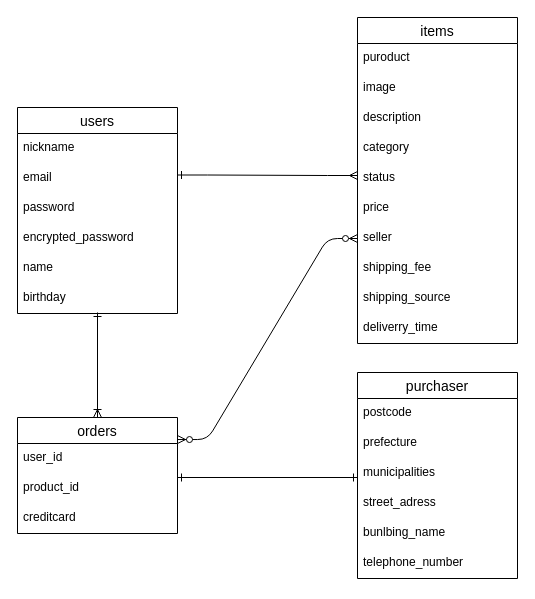
Above: furima.dio in Date-Koki/furima-45136 (draw.io), before the change. Source tidied: cells renumbered, new cells numbered last; positions are measured from the earlier drawing's top-left corner, leaving out a move shared by most shapes. Both pictures are drawn from the tidied source at 100%, with x=0, y=0 at pixel (17, 17).
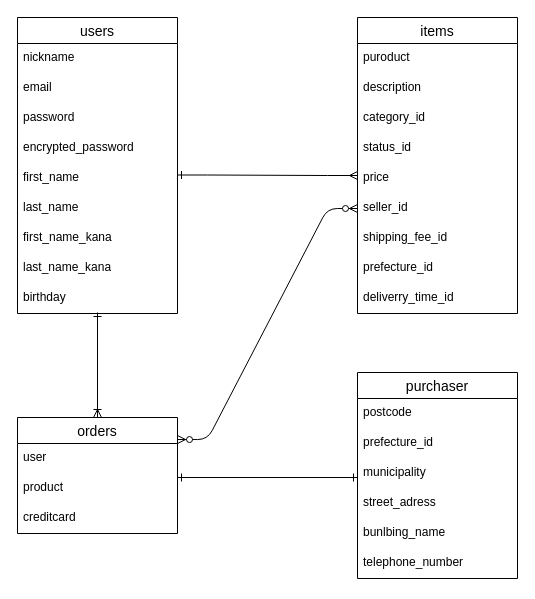
After the change.

Unchanged cells that the change refers to:
```xml
<mxCell id="13" value="orders" style="swimlane;fontStyle=0;horizontal=1;startSize=26;align=center;fontSize=14;" parent="1" vertex="1">
  <mxGeometry y="400" width="160" height="116" as="geometry" />
</mxCell>
<mxCell id="17" value="purchaser" style="swimlane;fontStyle=0;horizontal=1;startSize=26;align=center;fontSize=14;" parent="1" vertex="1">
  <mxGeometry x="340" y="355" width="160" height="206" as="geometry" />
</mxCell>
```

Diff of the diagram source:
```diff
@@
     <mxCell id="2" value="items" style="swimlane;fontStyle=0;horizontal=1;startSize=26;align=center;fontSize=14;" parent="1" vertex="1">
-      <mxGeometry x="340" width="160" height="326" as="geometry" />
+      <mxGeometry x="340" width="160" height="296" as="geometry" />
     </mxCell>
@@
-    <mxCell id="4" value="image" style="text;strokeColor=none;fillColor=none;spacingLeft=4;spacingRight=4;overflow=hidden;fontSize=12;whiteSpace=wrap;html=1;" parent="2" vertex="1">
-      <mxGeometry y="56" width="160" height="30" as="geometry" />
-    </mxCell>
     <mxCell id="5" value="description" style="text;strokeColor=none;fillColor=none;spacingLeft=4;spacingRight=4;overflow=hidden;fontSize=12;whiteSpace=wrap;html=1;" parent="2" vertex="1">
-      <mxGeometry y="86" width="160" height="30" as="geometry" />
+      <mxGeometry y="56" width="160" height="30" as="geometry" />
     </mxCell>
-    <mxCell id="6" value="category" style="text;strokeColor=none;fillColor=none;spacingLeft=4;spacingRight=4;overflow=hidden;fontSize=12;whiteSpace=wrap;html=1;" parent="2" vertex="1">
-      <mxGeometry y="116" width="160" height="30" as="geometry" />
+    <mxCell id="6" value="category_id" style="text;strokeColor=none;fillColor=none;spacingLeft=4;spacingRight=4;overflow=hidden;fontSize=12;whiteSpace=wrap;html=1;" parent="2" vertex="1">
+      <mxGeometry y="86" width="160" height="30" as="geometry" />
     </mxCell>
-    <mxCell id="7" value="status" style="text;strokeColor=none;fillColor=none;spacingLeft=4;spacingRight=4;overflow=hidden;fontSize=12;whiteSpace=wrap;html=1;" parent="2" vertex="1">
-      <mxGeometry y="146" width="160" height="30" as="geometry" />
+    <mxCell id="7" value="status_id" style="text;strokeColor=none;fillColor=none;spacingLeft=4;spacingRight=4;overflow=hidden;fontSize=12;whiteSpace=wrap;html=1;" parent="2" vertex="1">
+      <mxGeometry y="116" width="160" height="30" as="geometry" />
     </mxCell>
     <mxCell id="8" value="price" style="text;strokeColor=none;fillColor=none;spacingLeft=4;spacingRight=4;overflow=hidden;fontSize=12;whiteSpace=wrap;html=1;" parent="2" vertex="1">
-      <mxGeometry y="176" width="160" height="30" as="geometry" />
+      <mxGeometry y="146" width="160" height="30" as="geometry" />
     </mxCell>
-    <mxCell id="9" value="seller&lt;div&gt;&lt;br&gt;&lt;/div&gt;" style="text;strokeColor=none;fillColor=none;spacingLeft=4;spacingRight=4;overflow=hidden;points=[[0,0.5],[1,0.5]];portConstraint=eastwest;fontSize=12;whiteSpace=wrap;html=1;" parent="2" vertex="1">
-      <mxGeometry y="206" width="160" height="30" as="geometry" />
+    <mxCell id="9" value="seller_id&lt;div&gt;&lt;br&gt;&lt;/div&gt;" style="text;strokeColor=none;fillColor=none;spacingLeft=4;spacingRight=4;overflow=hidden;points=[[0,0.5],[1,0.5]];portConstraint=eastwest;fontSize=12;whiteSpace=wrap;html=1;" parent="2" vertex="1">
+      <mxGeometry y="176" width="160" height="30" as="geometry" />
     </mxCell>
-    <mxCell id="10" value="shipping_fee" style="text;strokeColor=none;fillColor=none;spacingLeft=4;spacingRight=4;overflow=hidden;fontSize=12;whiteSpace=wrap;html=1;" parent="2" vertex="1">
-      <mxGeometry y="236" width="160" height="30" as="geometry" />
+    <mxCell id="10" value="shipping_fee_id" style="text;strokeColor=none;fillColor=none;spacingLeft=4;spacingRight=4;overflow=hidden;fontSize=12;whiteSpace=wrap;html=1;" parent="2" vertex="1">
+      <mxGeometry y="206" width="160" height="30" as="geometry" />
     </mxCell>
-    <mxCell id="11" value="shipping_source" style="text;strokeColor=none;fillColor=none;spacingLeft=4;spacingRight=4;overflow=hidden;fontSize=12;whiteSpace=wrap;html=1;" parent="2" vertex="1">
-      <mxGeometry y="266" width="160" height="30" as="geometry" />
+    <mxCell id="11" value="prefecture_id" style="text;strokeColor=none;fillColor=none;spacingLeft=4;spacingRight=4;overflow=hidden;fontSize=12;whiteSpace=wrap;html=1;" parent="2" vertex="1">
+      <mxGeometry y="236" width="160" height="30" as="geometry" />
     </mxCell>
-    <mxCell id="12" value="deliverry_time" style="text;strokeColor=none;fillColor=none;spacingLeft=4;spacingRight=4;overflow=hidden;fontSize=12;whiteSpace=wrap;html=1;" parent="2" vertex="1">
-      <mxGeometry y="296" width="160" height="30" as="geometry" />
+    <mxCell id="12" value="deliverry_time_id" style="text;strokeColor=none;fillColor=none;spacingLeft=4;spacingRight=4;overflow=hidden;fontSize=12;whiteSpace=wrap;html=1;" parent="2" vertex="1">
+      <mxGeometry y="266" width="160" height="30" as="geometry" />
     </mxCell>
@@
-    <mxCell id="14" value="user_id" style="text;strokeColor=none;fillColor=none;spacingLeft=4;spacingRight=4;overflow=hidden;fontSize=12;whiteSpace=wrap;html=1;" parent="13" vertex="1">
+    <mxCell id="14" value="user" style="text;strokeColor=none;fillColor=none;spacingLeft=4;spacingRight=4;overflow=hidden;fontSize=12;whiteSpace=wrap;html=1;" parent="13" vertex="1">
       <mxGeometry y="26" width="160" height="30" as="geometry" />
     </mxCell>
-    <mxCell id="15" value="product_id" style="text;strokeColor=none;fillColor=none;spacingLeft=4;spacingRight=4;overflow=hidden;fontSize=12;whiteSpace=wrap;html=1;" parent="13" vertex="1">
+    <mxCell id="15" value="product" style="text;strokeColor=none;fillColor=none;spacingLeft=4;spacingRight=4;overflow=hidden;fontSize=12;whiteSpace=wrap;html=1;" parent="13" vertex="1">
       <mxGeometry y="56" width="160" height="30" as="geometry" />
     </mxCell>
@@
-    <mxCell id="19" value="prefecture" style="text;strokeColor=none;fillColor=none;spacingLeft=4;spacingRight=4;overflow=hidden;fontSize=12;whiteSpace=wrap;html=1;" parent="17" vertex="1">
+    <mxCell id="19" value="prefecture_id" style="text;strokeColor=none;fillColor=none;spacingLeft=4;spacingRight=4;overflow=hidden;fontSize=12;whiteSpace=wrap;html=1;" parent="17" vertex="1">
       <mxGeometry y="56" width="160" height="30" as="geometry" />
     </mxCell>
-    <mxCell id="20" value="municipalities" style="text;strokeColor=none;fillColor=none;spacingLeft=4;spacingRight=4;overflow=hidden;fontSize=12;whiteSpace=wrap;html=1;" parent="17" vertex="1">
+    <mxCell id="20" value="municipality" style="text;strokeColor=none;fillColor=none;spacingLeft=4;spacingRight=4;overflow=hidden;fontSize=12;whiteSpace=wrap;html=1;" parent="17" vertex="1">
       <mxGeometry y="86" width="160" height="30" as="geometry" />
     </mxCell>
@@
     <mxCell id="26" value="users" style="swimlane;fontStyle=0;horizontal=1;startSize=26;align=center;fontSize=14;" parent="1" vertex="1">
-      <mxGeometry y="90" width="160" height="206" as="geometry" />
+      <mxGeometry width="160" height="296" as="geometry" />
     </mxCell>
@@
-    <mxCell id="31" value="name" style="text;strokeColor=none;fillColor=none;spacingLeft=4;spacingRight=4;overflow=hidden;fontSize=12;whiteSpace=wrap;html=1;" parent="26" vertex="1">
+    <mxCell id="31" value="first_name" style="text;strokeColor=none;fillColor=none;spacingLeft=4;spacingRight=4;overflow=hidden;fontSize=12;whiteSpace=wrap;html=1;" parent="26" vertex="1">
       <mxGeometry y="146" width="160" height="30" as="geometry" />
     </mxCell>
+    <mxCell id="35" value="last_name" style="text;strokeColor=none;fillColor=none;spacingLeft=4;spacingRight=4;overflow=hidden;fontSize=12;whiteSpace=wrap;html=1;" parent="26" vertex="1">
+      <mxGeometry y="176" width="160" height="30" as="geometry" />
+    </mxCell>
+    <mxCell id="36" value="first_name_kana" style="text;strokeColor=none;fillColor=none;spacingLeft=4;spacingRight=4;overflow=hidden;fontSize=12;whiteSpace=wrap;html=1;" parent="26" vertex="1">
+      <mxGeometry y="206" width="160" height="30" as="geometry" />
+    </mxCell>
+    <mxCell id="37" value="last_name_kana" style="text;strokeColor=none;fillColor=none;spacingLeft=4;spacingRight=4;overflow=hidden;fontSize=12;whiteSpace=wrap;html=1;" parent="26" vertex="1">
+      <mxGeometry y="236" width="160" height="30" as="geometry" />
+    </mxCell>
     <mxCell id="32" value="birthday" style="text;strokeColor=none;fillColor=none;spacingLeft=4;spacingRight=4;overflow=hidden;fontSize=12;whiteSpace=wrap;html=1;" parent="26" vertex="1">
-      <mxGeometry y="176" width="160" height="30" as="geometry" />
+      <mxGeometry y="266" width="160" height="30" as="geometry" />
     </mxCell>
```
